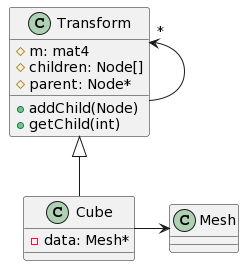
Earlier version of the PlantUML export sujet/imgs/lab-2-diagram.png (ETS-LOG750/lab-2).
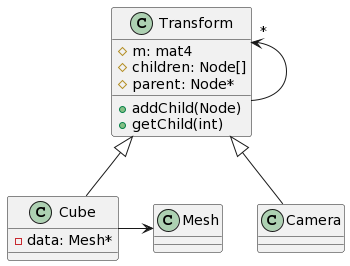
After the change.

Diff of the diagram source:
```diff
@@ -15,4 +15,5 @@
 Transform <|-- Cube
 Mesh <-l- Cube
 Transform "*" <-- Transform
+Transform <|-- Camera
 @enduml
```
